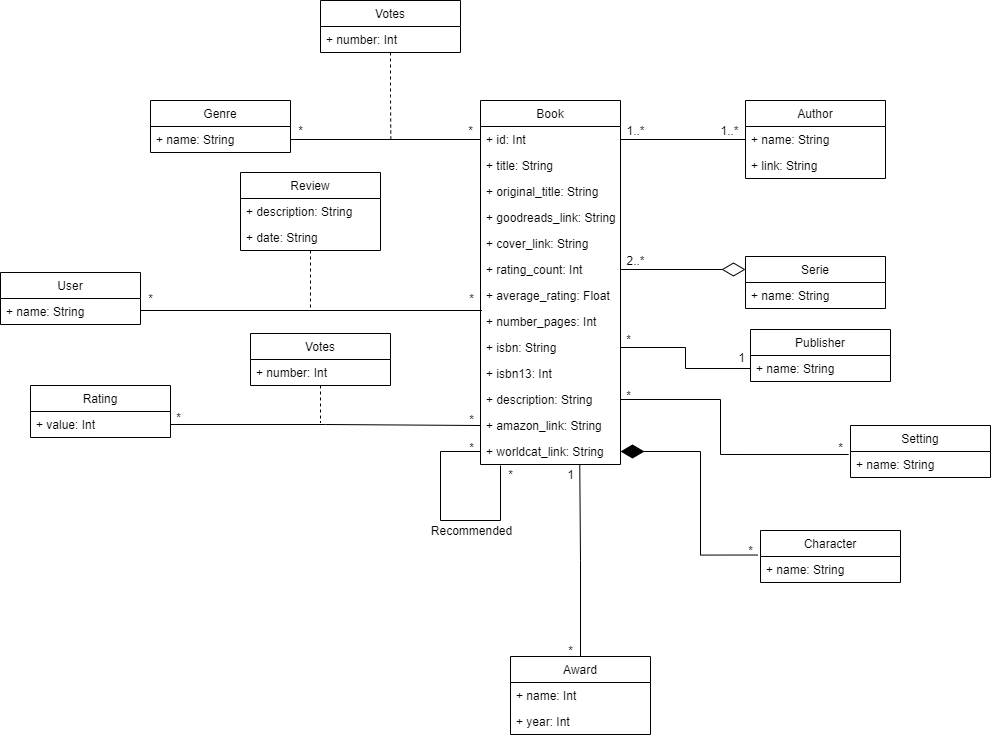
This is images/uml.png from diogohalmeida/FEUP-PRI-PROJ, a draw.io export, as it was before one commit. Source tidied: cells renumbered, new cells last; positions are measured from the earlier drawing's top-left corner, leaving out a move shared by most shapes.
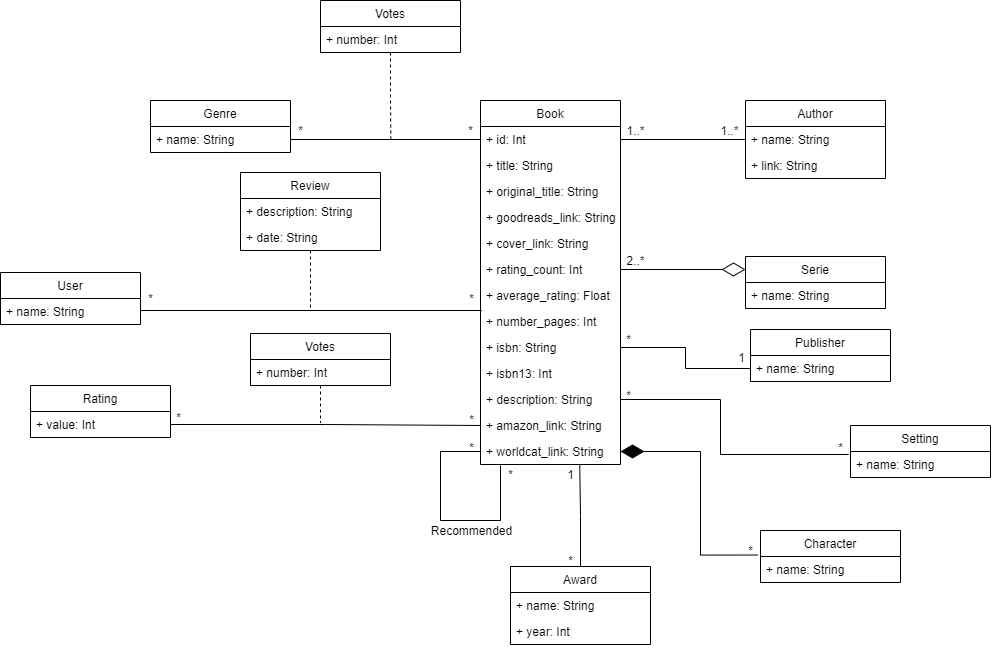
The same file after the commit.

What changed in the source:
```diff
@@ -91,9 +91,9 @@
       <mxGeometry relative="1" as="geometry" />
     </mxCell>
     <mxCell id="29" value="Award" style="swimlane;fontStyle=0;horizontal=1;startSize=26;fillColor=none;" parent="1" vertex="1">
-      <mxGeometry x="510" y="656" width="140" height="78" as="geometry" />
+      <mxGeometry x="510" y="566" width="140" height="78" as="geometry" />
     </mxCell>
-    <mxCell id="30" value="+ name: Int" style="text;strokeColor=none;fillColor=none;align=left;verticalAlign=top;spacingLeft=4;spacingRight=4;overflow=hidden;" parent="29" vertex="1">
+    <mxCell id="30" value="+ name: String" style="text;strokeColor=none;fillColor=none;align=left;verticalAlign=top;spacingLeft=4;spacingRight=4;overflow=hidden;" parent="29" vertex="1">
       <mxGeometry y="26" width="140" height="26" as="geometry" />
     </mxCell>
     <mxCell id="31" value="+ year: Int" style="text;strokeColor=none;fillColor=none;align=left;verticalAlign=top;spacingLeft=4;spacingRight=4;overflow=hidden;" parent="29" vertex="1">
@@ -158,7 +158,7 @@
       <mxGeometry x="740" y="540" width="20" height="20" as="geometry" />
     </mxCell>
     <mxCell id="49" value="*" style="text;html=1;align=center;verticalAlign=middle;strokeColor=none;fillColor=none;" parent="1" vertex="1">
-      <mxGeometry x="560" y="640" width="20" height="20" as="geometry" />
+      <mxGeometry x="560" y="550" width="20" height="20" as="geometry" />
     </mxCell>
     <mxCell id="50" value="1" style="text;html=1;align=center;verticalAlign=middle;strokeColor=none;fillColor=none;" parent="1" vertex="1">
       <mxGeometry x="560" y="464" width="20" height="20" as="geometry" />
```
